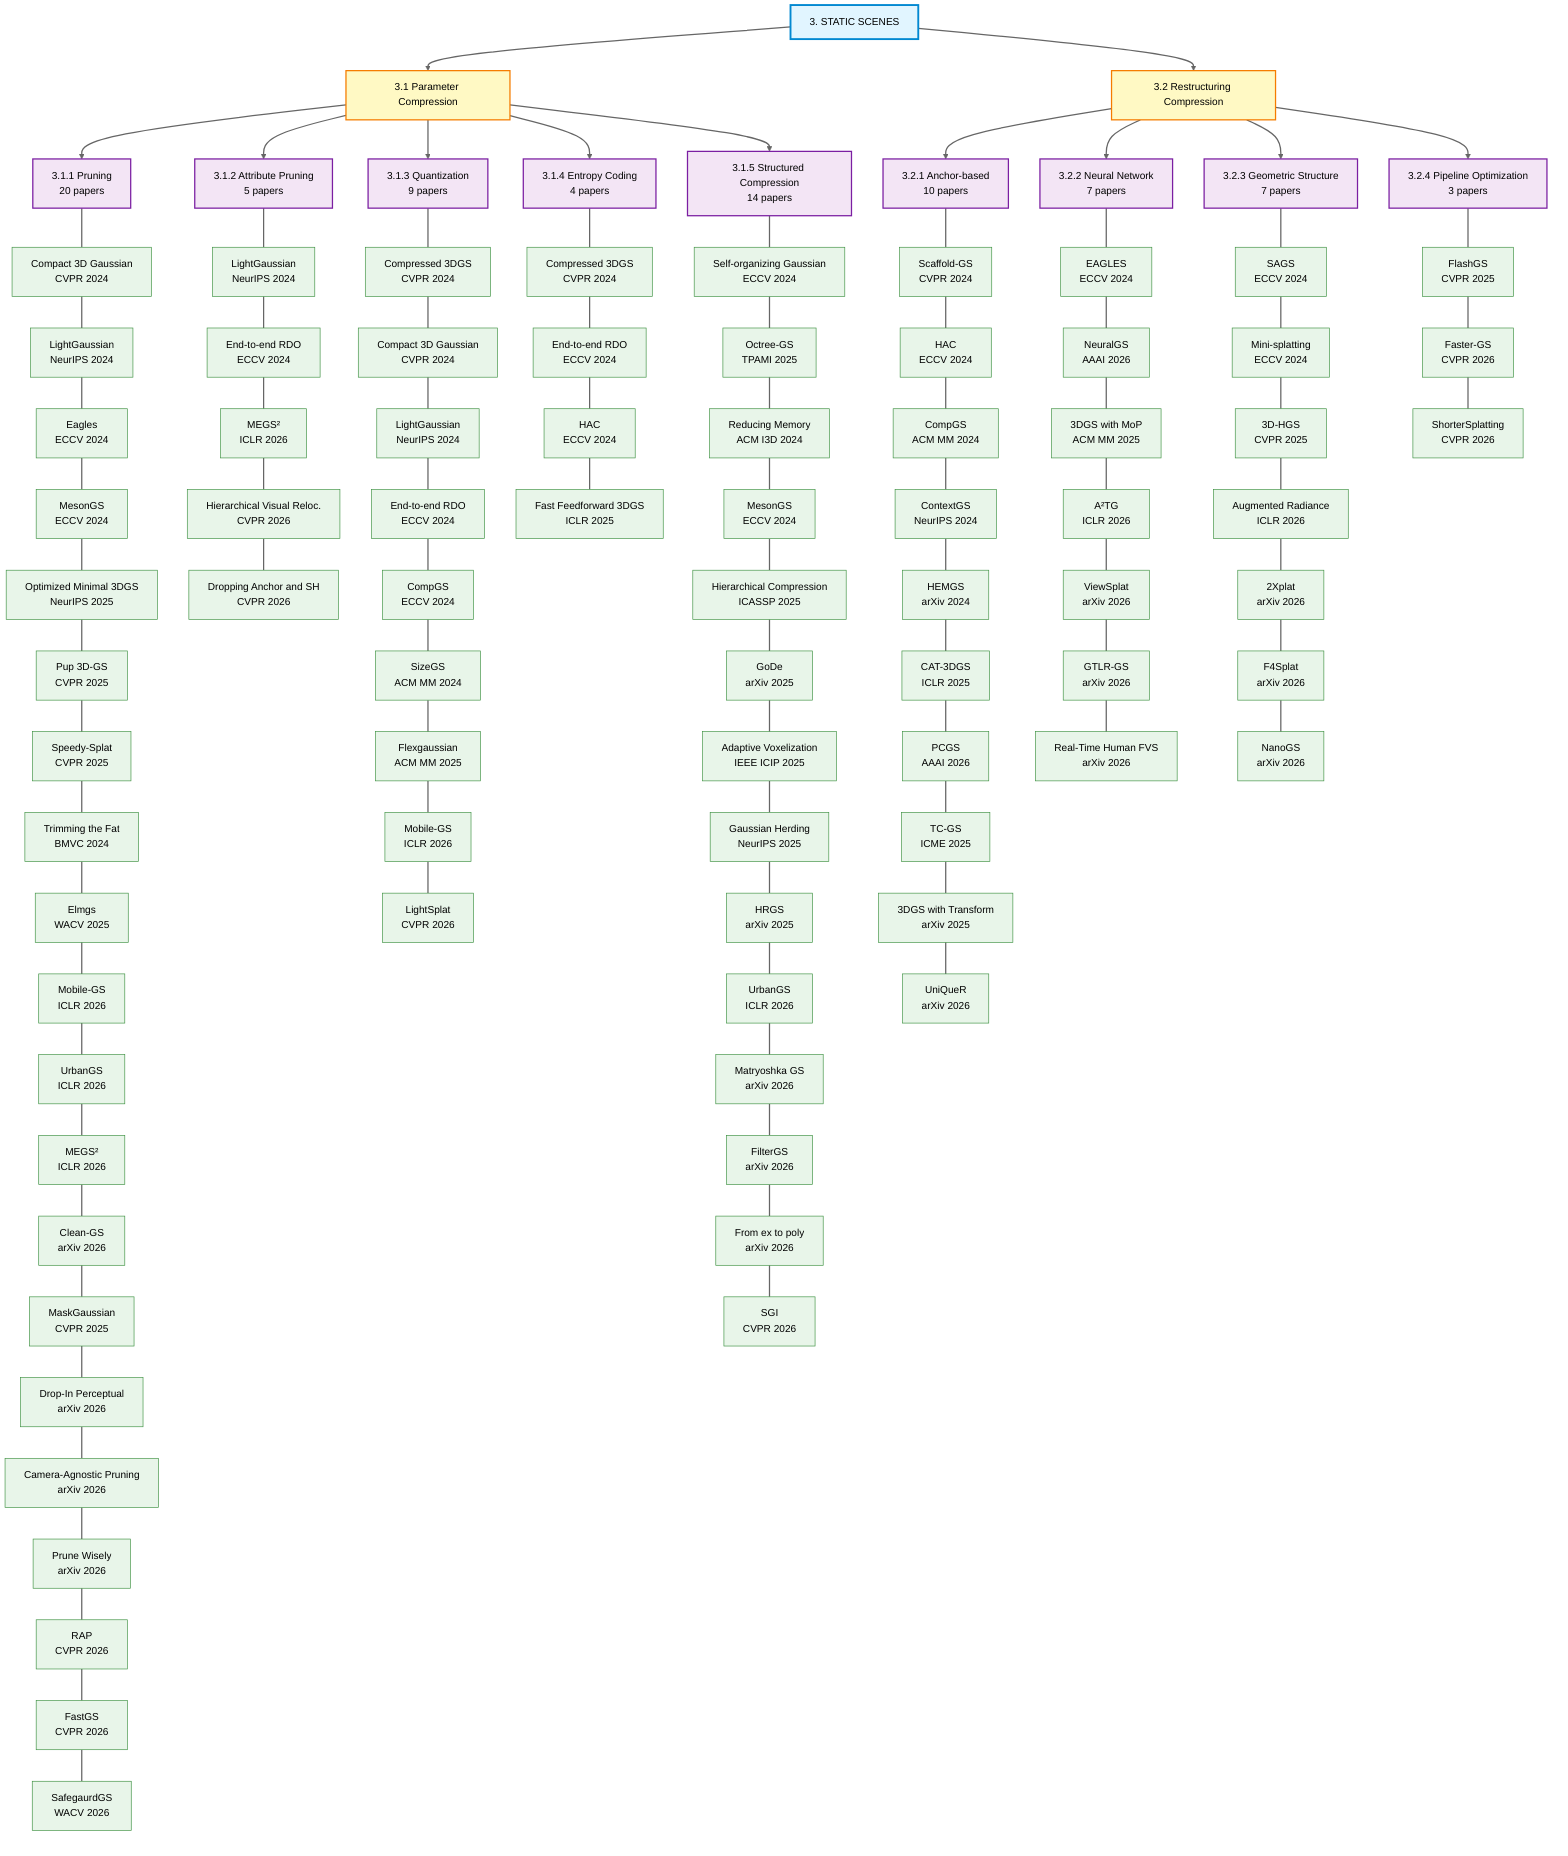
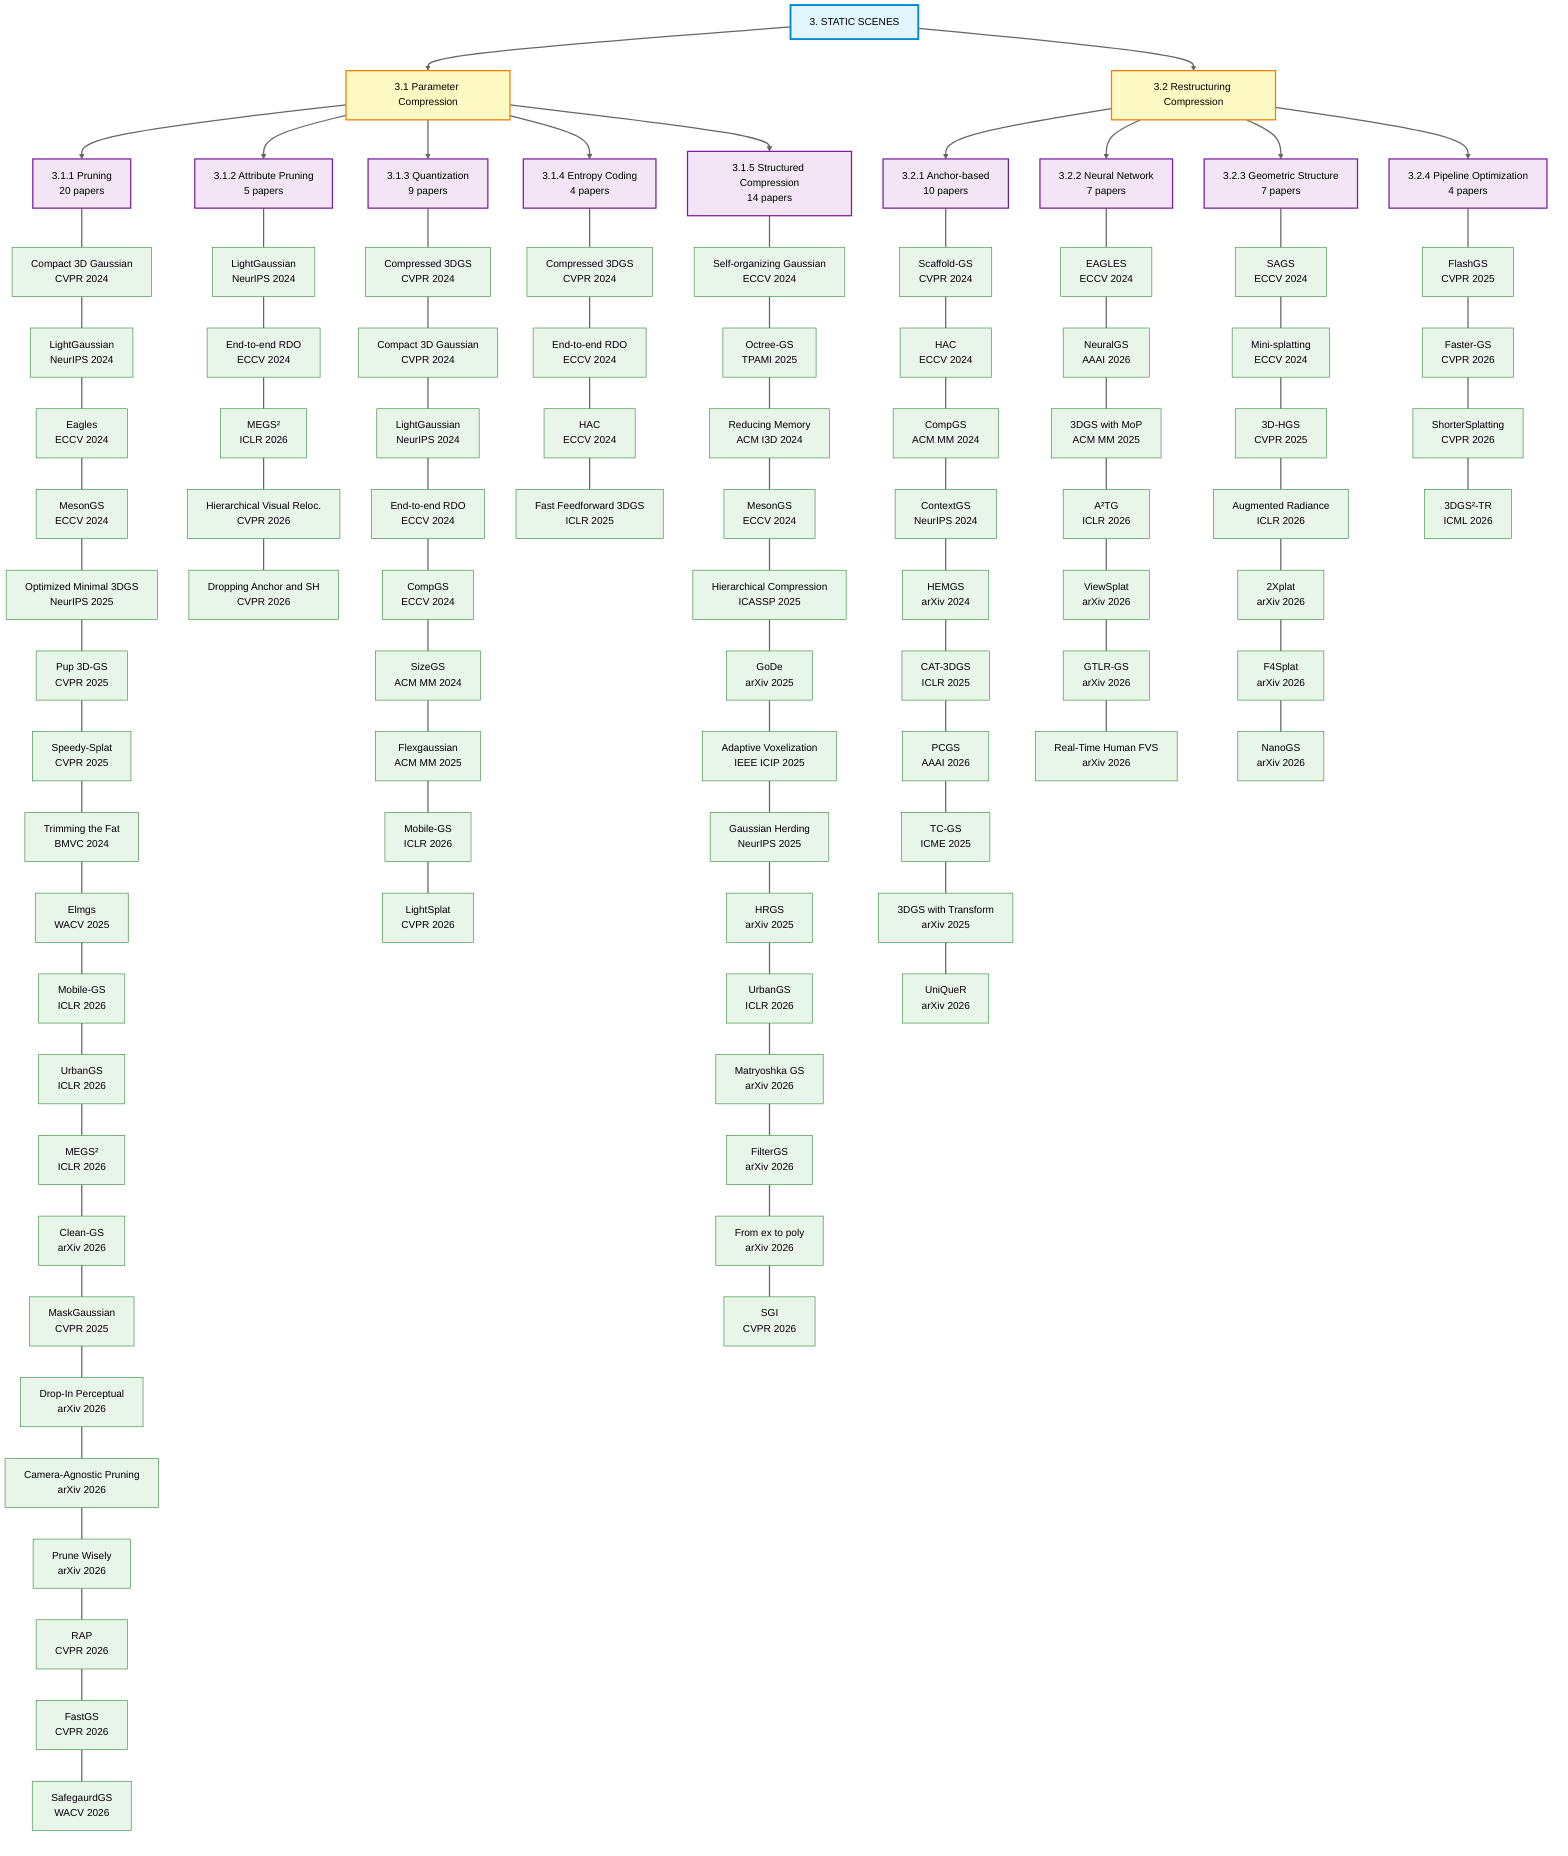
graph TB
    Static[3. STATIC SCENES]

    %% Main Categories
    Static --> PC[3.1 Parameter Compression]
    Static --> RC[3.2 Restructuring Compression]

    %% Parameter Compression Subcategories
    PC --> Pruning[3.1.1 Pruning<br/>20 papers]
    PC --> AttrPruning[3.1.2 Attribute Pruning<br/>5 papers]
    PC --> Quant[3.1.3 Quantization<br/>9 papers]
    PC --> Entropy[3.1.4 Entropy Coding<br/>4 papers]
    PC --> Structured[3.1.5 Structured Compression<br/>14 papers]

    %% Pruning papers - vertical layout
    Pruning --- P1[Compact 3D Gaussian<br/>CVPR 2024]
    P1 --- P2[LightGaussian<br/>NeurIPS 2024]
    P2 --- P3[Eagles<br/>ECCV 2024]
    P3 --- P4[MesonGS<br/>ECCV 2024]
    P4 --- P5[Optimized Minimal 3DGS<br/>NeurIPS 2025]
    P5 --- P6[Pup 3D-GS<br/>CVPR 2025]
    P6 --- P7[Speedy-Splat<br/>CVPR 2025]
    P7 --- P8[Trimming the Fat<br/>BMVC 2024]
    P8 --- P9[Elmgs<br/>WACV 2025]
    P9 --- P10[Mobile-GS<br/>ICLR 2026]
    P10 --- P11[UrbanGS<br/>ICLR 2026]
    P11 --- P12[MEGS²<br/>ICLR 2026]
    P12 --- P13[Clean-GS<br/>arXiv 2026]
    P13 --- P14[MaskGaussian<br/>CVPR 2025]
    P14 --- P15[Drop-In Perceptual<br/>arXiv 2026]
    P15 --- P16[Camera-Agnostic Pruning<br/>arXiv 2026]
    P16 --- P17[Prune Wisely<br/>arXiv 2026]
    P17 --- P18[RAP<br/>CVPR 2026]
    P18 --- P19[FastGS<br/>CVPR 2026]
    P19 --- P20[SafegaurdGS<br/>WACV 2026]

    %% Attribute Pruning papers - vertical layout
    AttrPruning --- AP1[LightGaussian<br/>NeurIPS 2024]
    AP1 --- AP2[End-to-end RDO<br/>ECCV 2024]
    AP2 --- AP3[MEGS²<br/>ICLR 2026]
    AP3 --- AP4[Hierarchical Visual Reloc.<br/>CVPR 2026]
    AP4 --- AP5[Dropping Anchor and SH<br/>CVPR 2026]

    %% Quantization papers - vertical layout
    Quant --- Q1[Compressed 3DGS<br/>CVPR 2024]
    Q1 --- Q2[Compact 3D Gaussian<br/>CVPR 2024]
    Q2 --- Q3[LightGaussian<br/>NeurIPS 2024]
    Q3 --- Q4[End-to-end RDO<br/>ECCV 2024]
    Q4 --- Q5[CompGS<br/>ECCV 2024]
    Q5 --- Q6[SizeGS<br/>ACM MM 2024]
    Q6 --- Q7[Flexgaussian<br/>ACM MM 2025]
    Q7 --- Q8[Mobile-GS<br/>ICLR 2026]
    Q8 --- Q9[LightSplat<br/>CVPR 2026]

    %% Entropy Coding papers - vertical layout
    Entropy --- E1[Compressed 3DGS<br/>CVPR 2024]
    E1 --- E2[End-to-end RDO<br/>ECCV 2024]
    E2 --- E3[HAC<br/>ECCV 2024]
    E3 --- E4[Fast Feedforward 3DGS<br/>ICLR 2025]

    %% Structured Compression papers - vertical layout
    Structured --- S1[Self-organizing Gaussian<br/>ECCV 2024]
    S1 --- S2[Octree-GS<br/>TPAMI 2025]
    S2 --- S3[Reducing Memory<br/>ACM I3D 2024]
    S3 --- S4[MesonGS<br/>ECCV 2024]
    S4 --- S5[Hierarchical Compression<br/>ICASSP 2025]
    S5 --- S6[GoDe<br/>arXiv 2025]
    S6 --- S7[Adaptive Voxelization<br/>IEEE ICIP 2025]
    S7 --- S8[Gaussian Herding<br/>NeurIPS 2025]
    S8 --- S9[HRGS<br/>arXiv 2025]
    S9 --- S10[UrbanGS<br/>ICLR 2026]
    S10 --- S11[Matryoshka GS<br/>arXiv 2026]
    S11 --- S12[FilterGS<br/>arXiv 2026]
    S12 --- S13[From ex to poly<br/>arXiv 2026]
    S13 --- S14[SGI<br/>CVPR 2026]

    %% Restructuring Compression Subcategories
    RC --> Anchor[3.2.1 Anchor-based<br/>10 papers]
    RC --> Neural[3.2.2 Neural Network<br/>7 papers]
    RC --> Geometric[3.2.3 Geometric Structure<br/>7 papers]
-     RC --> Pipeline[3.2.4 Pipeline Optimization<br/>3 papers]
+     RC --> Pipeline[3.2.4 Pipeline Optimization<br/>4 papers]

    %% Anchor-based papers - vertical layout
    Anchor --- A1[Scaffold-GS<br/>CVPR 2024]
    A1 --- A2[HAC<br/>ECCV 2024]
    A2 --- A3[CompGS<br/>ACM MM 2024]
    A3 --- A4[ContextGS<br/>NeurIPS 2024]
    A4 --- A5[HEMGS<br/>arXiv 2024]
    A5 --- A6[CAT-3DGS<br/>ICLR 2025]
    A6 --- A7[PCGS<br/>AAAI 2026]
    A7 --- A8[TC-GS<br/>ICME 2025]
    A8 --- A9[3DGS with Transform<br/>arXiv 2025]
    A9 --- A10[UniQueR<br/>arXiv 2026]

    %% Neural Network papers - vertical layout
    Neural --- N1[EAGLES<br/>ECCV 2024]
    N1 --- N2[NeuralGS<br/>AAAI 2026]
    N2 --- N3[3DGS with MoP<br/>ACM MM 2025]
    N3 --- N4[A²TG<br/>ICLR 2026]
    N4 --- N5[ViewSplat<br/>arXiv 2026]
    N5 --- N6[GTLR-GS<br/>arXiv 2026]
    N6 --- N7[Real-Time Human FVS<br/>arXiv 2026]

    %% Geometric papers - vertical layout
    Geometric --- G1[SAGS<br/>ECCV 2024]
    G1 --- G2[Mini-splatting<br/>ECCV 2024]
    G2 --- G3[3D-HGS<br/>CVPR 2025]
    G3 --- G4[Augmented Radiance<br/>ICLR 2026]
    G4 --- G5[2Xplat<br/>arXiv 2026]
    G5 --- G6[F4Splat<br/>arXiv 2026]
    G6 --- G7[NanoGS<br/>arXiv 2026]

    %% Pipeline Optimization papers - vertical layout
    Pipeline --- PO1[FlashGS<br/>CVPR 2025]
    PO1 --- PO2[Faster-GS<br/>CVPR 2026]
    PO2 --- PO3[ShorterSplatting<br/>CVPR 2026]
+     PO3 --- PO4[3DGS²-TR<br/>ICML 2026]

    %% Styling
    classDef rootClass fill:#e1f5ff,stroke:#0288d1,stroke-width:3px,color:#000
    classDef categoryClass fill:#fff9c4,stroke:#f57c00,stroke-width:2px,color:#000
    classDef subcategoryClass fill:#f3e5f5,stroke:#7b1fa2,stroke-width:2px,color:#000
    classDef paperClass fill:#e8f5e9,stroke:#388e3c,stroke-width:1px,color:#000

    class Static rootClass
    class PC,RC categoryClass
    class Pruning,AttrPruning,Quant,Entropy,Structured,Anchor,Neural,Geometric,Pipeline subcategoryClass
    class P1,P2,P3,P4,P5,P6,P7,P8,P9,P10,P11,P12,P13,P14,P15,P16,P17,P18,P19,P20 paperClass
    class AP1,AP2,AP3,AP4,AP5,Q1,Q2,Q3,Q4,Q5,Q6,Q7,Q8,Q9 paperClass
    class E1,E2,E3,E4,S1,S2,S3,S4,S5,S6,S7,S8,S9,S10,S11,S12,S13,S14 paperClass
    class A1,A2,A3,A4,A5,A6,A7,A8,A9,A10 paperClass
    class N1,N2,N3,N4,N5,N6,N7,G1,G2,G3,G4,G5,G6,G7 paperClass
-     class PO1,PO2,PO3 paperClass
+     class PO1,PO2,PO3,PO4 paperClass

    %% Link styling for dark mode visibility
    linkStyle default stroke:#666,stroke-width:2px
